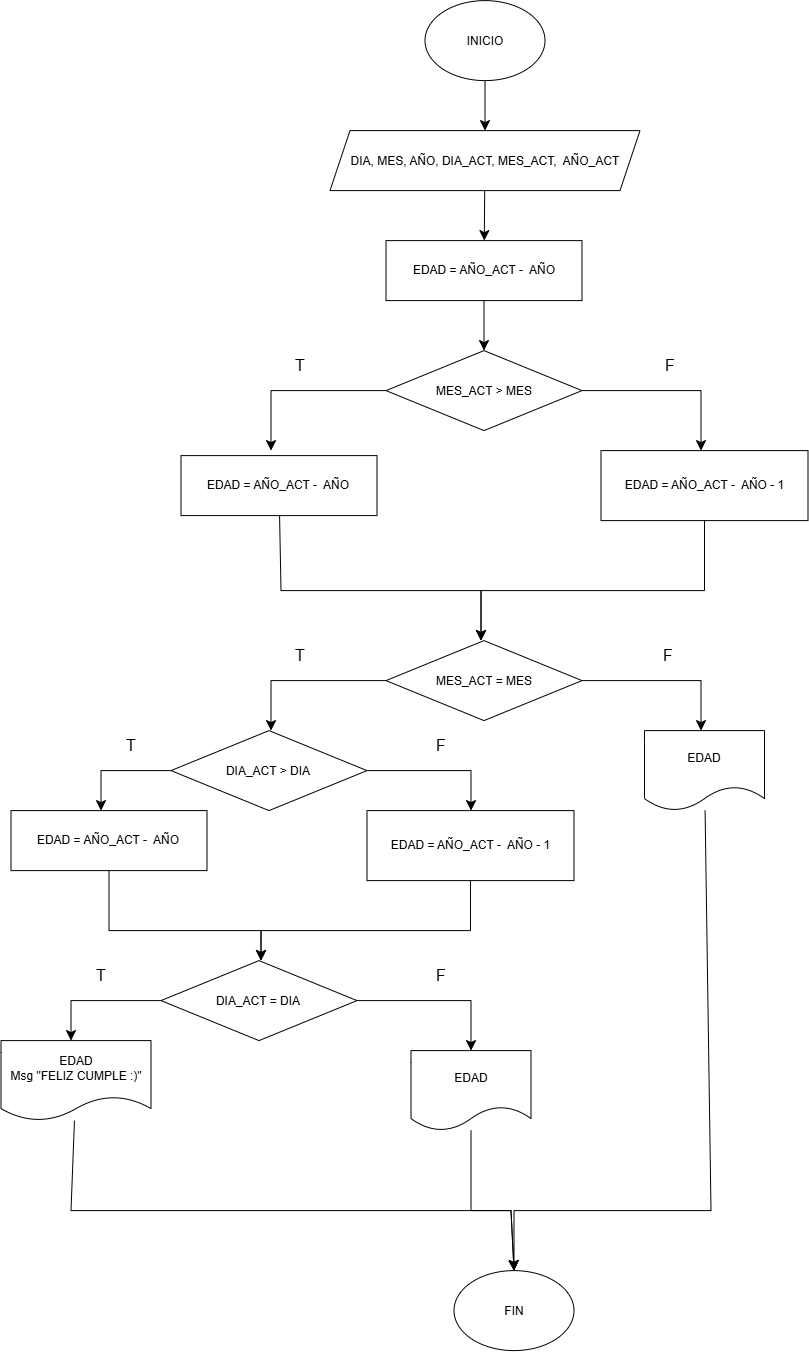
Earlier version of the draw.io export IMAGENES_1/Ejemplo_1.png (davidcrz0015-afk/REPOSITORIO_PROGRAMACION). Source tidied: cells renumbered, new cells last; positions are measured from the earlier drawing's top-left corner, leaving out a move shared by most shapes.
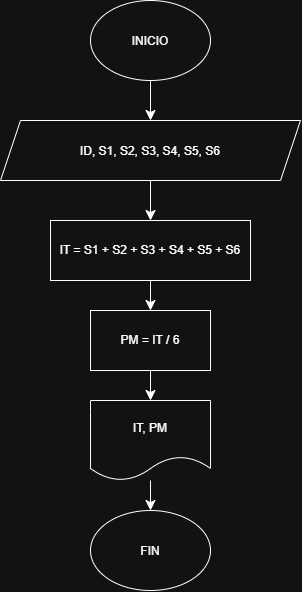
The same file after the commit.

Commit message:
EJEMPLOS Y NOTAS

Diff of the diagram source:
```diff
@@ -2,213 +2,38 @@
   <root>
     <mxCell id="0" />
     <mxCell id="1" parent="0" />
-    <mxCell id="2" style="edgeStyle=none;curved=1;rounded=0;jettySize=auto;html=1;fontSize=12;startSize=8;endSize=8;" parent="1" edge="1" source="3" target="5">
-      <mxGeometry relative="1" as="geometry" />
-    </mxCell>
+    <mxCell id="44" style="edgeStyle=none;curved=1;rounded=0;jettySize=auto;html=1;fontSize=12;startSize=8;endSize=8;" parent="1" edge="1" source="3" target="46">
+      <mxGeometry relative="1" as="geometry" />
+    </mxCell>
     <mxCell id="3" value="INICIO" style="ellipse;whiteSpace=wrap;html=1;shapeInside=1;" parent="1" vertex="1">
-      <mxGeometry x="424" width="120" height="80" as="geometry" />
+      <mxGeometry x="390" y="10" width="120" height="80" as="geometry" />
     </mxCell>
-    <mxCell id="4" style="edgeStyle=none;curved=1;rounded=0;jettySize=auto;html=1;fontSize=12;startSize=8;endSize=8;" parent="1" edge="1" source="5" target="7">
-      <mxGeometry relative="1" as="geometry" />
-    </mxCell>
-    <mxCell id="5" value="DIA, MES, AÑO, DIA_ACT, MES_ACT,&amp;nbsp; AÑO_ACT" style="shape=parallelogram;perimeter=parallelogramPerimeter;whiteSpace=wrap;html=1;shapeInside=1;fixedSize=1;" parent="1" vertex="1">
-      <mxGeometry x="329" y="130" width="310" height="60" as="geometry" />
-    </mxCell>
-    <mxCell id="6" style="edgeStyle=none;curved=1;rounded=0;jettySize=auto;html=1;fontSize=12;startSize=8;endSize=8;" parent="1" edge="1" source="7" target="12">
-      <mxGeometry relative="1" as="geometry" />
-    </mxCell>
-    <mxCell id="7" value="EDAD = AÑO_ACT -&amp;nbsp; AÑO" style="whiteSpace=wrap;html=1;" parent="1" vertex="1">
-      <mxGeometry x="385" y="240" width="196" height="60" as="geometry" />
-    </mxCell>
-    <mxCell id="8" style="edgeStyle=orthogonalEdgeStyle;curved=1;rounded=0;orthogonalLoop=1;jettySize=auto;html=1;innerLoopWaypoints=1;exitX=0.5;exitY=1;exitDx=0;exitDy=0;fontSize=12;startSize=8;endSize=8;" parent="1" edge="1">
-      <mxGeometry relative="1" as="geometry">
-        <mxPoint x="483" y="540" as="sourcePoint" />
-        <mxPoint x="483" y="540" as="targetPoint" />
-      </mxGeometry>
-    </mxCell>
+    <mxCell id="45" style="edgeStyle=none;curved=1;rounded=0;jettySize=auto;html=1;fontSize=12;startSize=8;endSize=8;" parent="1" edge="1" source="46" target="48">
+      <mxGeometry relative="1" as="geometry" />
+    </mxCell>
+    <mxCell id="46" value="ID, S1, S2, S3, S4, S5, S6" style="shape=parallelogram;perimeter=parallelogramPerimeter;whiteSpace=wrap;html=1;shapeInside=1;fixedSize=1;" parent="1" vertex="1">
+      <mxGeometry x="300" y="130" width="300" height="60" as="geometry" />
+    </mxCell>
+    <mxCell id="47" style="edgeStyle=none;curved=1;rounded=0;jettySize=auto;html=1;fontSize=12;startSize=8;endSize=8;" parent="1" edge="1" source="48" target="50">
+      <mxGeometry relative="1" as="geometry" />
+    </mxCell>
+    <mxCell id="48" value="IT = S1 + S2 + S3 + S4 + S5 + S6" style="whiteSpace=wrap;html=1;" parent="1" vertex="1">
+      <mxGeometry x="350" y="230" width="200" height="60" as="geometry" />
+    </mxCell>
+    <mxCell id="49" style="edgeStyle=none;curved=1;rounded=0;jettySize=auto;html=1;fontSize=12;startSize=8;endSize=8;" parent="1" edge="1" source="50" target="52">
+      <mxGeometry relative="1" as="geometry" />
+    </mxCell>
+    <mxCell id="50" value="PM = IT / 6" style="whiteSpace=wrap;html=1;" parent="1" vertex="1">
+      <mxGeometry x="390" y="320" width="120" height="60" as="geometry" />
+    </mxCell>
+    <mxCell id="51" style="edgeStyle=none;curved=1;rounded=0;jettySize=auto;html=1;fontSize=12;startSize=8;endSize=8;" parent="1" edge="1" source="52" target="9">
+      <mxGeometry relative="1" as="geometry" />
+    </mxCell>
+    <mxCell id="52" value="IT, PM" style="shape=document;whiteSpace=wrap;html=1;boundedLbl=1;" parent="1" vertex="1">
+      <mxGeometry x="390" y="410" width="120" height="80" as="geometry" />
+    </mxCell>
     <mxCell id="9" value="FIN" style="ellipse;whiteSpace=wrap;html=1;shapeInside=1;" parent="1" vertex="1">
-      <mxGeometry x="453" y="1270" width="120" height="80" as="geometry" />
+      <mxGeometry x="390" y="520" width="120" height="80" as="geometry" />
     </mxCell>
-    <mxCell id="10" style="edgeStyle=none;curved=0;rounded=0;jettySize=auto;html=1;fontSize=12;startSize=8;endSize=8;" parent="1" edge="1" source="12">
-      <mxGeometry relative="1" as="geometry">
-        <mxPoint x="700" y="450" as="targetPoint" />
-        <Array as="points">
-          <mxPoint x="700" y="390" />
-        </Array>
-      </mxGeometry>
-    </mxCell>
-    <mxCell id="11" style="edgeStyle=none;curved=0;rounded=0;jettySize=auto;html=1;fontSize=12;startSize=8;endSize=8;" parent="1" edge="1" source="12">
-      <mxGeometry relative="1" as="geometry">
-        <mxPoint x="270" y="450" as="targetPoint" />
-        <Array as="points">
-          <mxPoint x="270" y="390" />
-        </Array>
-      </mxGeometry>
-    </mxCell>
-    <mxCell id="12" value="MES_ACT &amp;gt; MES" style="rhombus;whiteSpace=wrap;html=1;shapeInside=1;" parent="1" vertex="1">
-      <mxGeometry x="385" y="350" width="196" height="80" as="geometry" />
-    </mxCell>
-    <mxCell id="13" value="F" style="text;html=1;whiteSpace=wrap;strokeColor=none;fillColor=none;align=center;verticalAlign=middle;rounded=0;fontSize=16;" parent="1" vertex="1">
-      <mxGeometry x="639" y="350" width="60" height="30" as="geometry" />
-    </mxCell>
-    <mxCell id="14" value="T" style="text;html=1;whiteSpace=wrap;strokeColor=none;fillColor=none;align=center;verticalAlign=middle;rounded=0;fontSize=16;" parent="1" vertex="1">
-      <mxGeometry x="269" y="350" width="60" height="30" as="geometry" />
-    </mxCell>
-    <mxCell id="15" style="edgeStyle=none;curved=0;rounded=0;jettySize=auto;html=1;fontSize=12;startSize=8;endSize=8;" parent="1" edge="1" source="16">
-      <mxGeometry relative="1" as="geometry">
-        <mxPoint x="480" y="640" as="targetPoint" />
-        <Array as="points">
-          <mxPoint x="703.5" y="590" />
-          <mxPoint x="480" y="590" />
-        </Array>
-      </mxGeometry>
-    </mxCell>
-    <mxCell id="16" value="EDAD = AÑO_ACT -&amp;nbsp; AÑO - 1" style="whiteSpace=wrap;html=1;" parent="1" vertex="1">
-      <mxGeometry x="600" y="450" width="207" height="70" as="geometry" />
-    </mxCell>
-    <mxCell id="17" style="edgeStyle=none;curved=0;rounded=0;jettySize=auto;html=1;fontSize=12;startSize=8;endSize=8;" parent="1" edge="1" source="18">
-      <mxGeometry relative="1" as="geometry">
-        <mxPoint x="480" y="640" as="targetPoint" />
-        <Array as="points">
-          <mxPoint x="280" y="590" />
-          <mxPoint x="480" y="590" />
-        </Array>
-      </mxGeometry>
-    </mxCell>
-    <mxCell id="18" value="EDAD = AÑO_ACT -&amp;nbsp; AÑO" style="whiteSpace=wrap;html=1;" parent="1" vertex="1">
-      <mxGeometry x="180" y="455" width="196" height="60" as="geometry" />
-    </mxCell>
-    <mxCell id="19" style="edgeStyle=none;curved=0;rounded=0;jettySize=auto;html=1;fontSize=12;startSize=8;endSize=8;" parent="1" edge="1" source="21">
-      <mxGeometry relative="1" as="geometry">
-        <mxPoint x="270" y="730" as="targetPoint" />
-        <Array as="points">
-          <mxPoint x="270" y="680" />
-        </Array>
-      </mxGeometry>
-    </mxCell>
-    <mxCell id="20" style="edgeStyle=none;curved=0;rounded=0;jettySize=auto;html=1;fontSize=12;startSize=8;endSize=8;" parent="1" edge="1" source="21">
-      <mxGeometry relative="1" as="geometry">
-        <mxPoint x="700" y="730" as="targetPoint" />
-        <Array as="points">
-          <mxPoint x="700" y="680" />
-        </Array>
-      </mxGeometry>
-    </mxCell>
-    <mxCell id="21" value="MES_ACT = MES" style="rhombus;whiteSpace=wrap;html=1;shapeInside=1;" parent="1" vertex="1">
-      <mxGeometry x="385" y="640" width="196" height="80" as="geometry" />
-    </mxCell>
-    <mxCell id="22" value="T" style="text;html=1;whiteSpace=wrap;strokeColor=none;fillColor=none;align=center;verticalAlign=middle;rounded=0;fontSize=16;" parent="1" vertex="1">
-      <mxGeometry x="269" y="640" width="60" height="30" as="geometry" />
-    </mxCell>
-    <mxCell id="23" value="F" style="text;html=1;whiteSpace=wrap;strokeColor=none;fillColor=none;align=center;verticalAlign=middle;rounded=0;fontSize=16;" parent="1" vertex="1">
-      <mxGeometry x="637" y="640" width="60" height="30" as="geometry" />
-    </mxCell>
-    <mxCell id="24" style="edgeStyle=none;curved=0;rounded=0;jettySize=auto;html=1;fontSize=12;startSize=8;endSize=8;" parent="1" edge="1" source="26">
-      <mxGeometry relative="1" as="geometry">
-        <mxPoint x="100" y="810" as="targetPoint" />
-        <Array as="points">
-          <mxPoint x="100" y="770" />
-        </Array>
-      </mxGeometry>
-    </mxCell>
-    <mxCell id="25" style="edgeStyle=none;curved=0;rounded=0;jettySize=auto;html=1;fontSize=12;startSize=8;endSize=8;" parent="1" edge="1" source="26">
-      <mxGeometry relative="1" as="geometry">
-        <mxPoint x="470" y="810" as="targetPoint" />
-        <Array as="points">
-          <mxPoint x="470" y="770" />
-        </Array>
-      </mxGeometry>
-    </mxCell>
-    <mxCell id="26" value="DIA_ACT &amp;gt; DIA" style="rhombus;whiteSpace=wrap;html=1;shapeInside=1;" parent="1" vertex="1">
-      <mxGeometry x="170" y="730" width="196" height="80" as="geometry" />
-    </mxCell>
-    <mxCell id="27" value="T" style="text;html=1;whiteSpace=wrap;strokeColor=none;fillColor=none;align=center;verticalAlign=middle;rounded=0;fontSize=16;" parent="1" vertex="1">
-      <mxGeometry x="100" y="730" width="60" height="30" as="geometry" />
-    </mxCell>
-    <mxCell id="28" style="edgeStyle=none;curved=0;rounded=0;jettySize=auto;html=1;fontSize=12;startSize=8;endSize=8;" parent="1" edge="1" source="29">
-      <mxGeometry relative="1" as="geometry">
-        <mxPoint x="260" y="960" as="targetPoint" />
-        <Array as="points">
-          <mxPoint x="108" y="930" />
-          <mxPoint x="260" y="930" />
-        </Array>
-      </mxGeometry>
-    </mxCell>
-    <mxCell id="29" value="EDAD = AÑO_ACT -&amp;nbsp; AÑO" style="whiteSpace=wrap;html=1;" parent="1" vertex="1">
-      <mxGeometry x="10" y="810" width="196" height="60" as="geometry" />
-    </mxCell>
-    <mxCell id="30" style="edgeStyle=none;curved=0;rounded=0;jettySize=auto;html=1;fontSize=12;startSize=8;endSize=8;" parent="1" edge="1" source="31">
-      <mxGeometry relative="1" as="geometry">
-        <mxPoint x="260" y="960" as="targetPoint" />
-        <Array as="points">
-          <mxPoint x="469.5" y="930" />
-          <mxPoint x="260" y="930" />
-        </Array>
-      </mxGeometry>
-    </mxCell>
-    <mxCell id="31" value="EDAD = AÑO_ACT -&amp;nbsp; AÑO - 1" style="whiteSpace=wrap;html=1;" parent="1" vertex="1">
-      <mxGeometry x="366" y="810" width="207" height="70" as="geometry" />
-    </mxCell>
-    <mxCell id="32" style="edgeStyle=none;curved=0;rounded=0;jettySize=auto;html=1;entryX=0.5;entryY=0;entryDx=0;entryDy=0;fontSize=12;startSize=8;endSize=8;" parent="1" edge="1" source="33" target="9">
-      <mxGeometry relative="1" as="geometry">
-        <Array as="points">
-          <mxPoint x="710" y="1210" />
-          <mxPoint x="513" y="1210" />
-        </Array>
-      </mxGeometry>
-    </mxCell>
-    <mxCell id="33" value="EDAD" style="shape=document;whiteSpace=wrap;html=1;boundedLbl=1;" parent="1" vertex="1">
-      <mxGeometry x="643.5" y="730" width="120" height="80" as="geometry" />
-    </mxCell>
-    <mxCell id="34" value="F" style="text;html=1;whiteSpace=wrap;strokeColor=none;fillColor=none;align=center;verticalAlign=middle;rounded=0;fontSize=16;" parent="1" vertex="1">
-      <mxGeometry x="410" y="730" width="60" height="30" as="geometry" />
-    </mxCell>
-    <mxCell id="35" style="edgeStyle=none;curved=0;rounded=0;jettySize=auto;html=1;fontSize=12;startSize=8;endSize=8;" parent="1" edge="1" source="37">
-      <mxGeometry relative="1" as="geometry">
-        <mxPoint x="470" y="1050" as="targetPoint" />
-        <Array as="points">
-          <mxPoint x="470" y="1000" />
-        </Array>
-      </mxGeometry>
-    </mxCell>
-    <mxCell id="36" style="edgeStyle=none;curved=0;rounded=0;jettySize=auto;html=1;fontSize=12;startSize=8;endSize=8;" parent="1" edge="1" source="37">
-      <mxGeometry relative="1" as="geometry">
-        <mxPoint x="70" y="1040" as="targetPoint" />
-        <Array as="points">
-          <mxPoint x="70" y="1000" />
-        </Array>
-      </mxGeometry>
-    </mxCell>
-    <mxCell id="37" value="DIA_ACT = DIA" style="rhombus;whiteSpace=wrap;html=1;shapeInside=1;" parent="1" vertex="1">
-      <mxGeometry x="160" y="960" width="196" height="80" as="geometry" />
-    </mxCell>
-    <mxCell id="38" value="T" style="text;html=1;whiteSpace=wrap;strokeColor=none;fillColor=none;align=center;verticalAlign=middle;rounded=0;fontSize=16;" parent="1" vertex="1">
-      <mxGeometry x="70" y="960" width="60" height="30" as="geometry" />
-    </mxCell>
-    <mxCell id="39" value="F" style="text;html=1;whiteSpace=wrap;strokeColor=none;fillColor=none;align=center;verticalAlign=middle;rounded=0;fontSize=16;" parent="1" vertex="1">
-      <mxGeometry x="410" y="960" width="60" height="30" as="geometry" />
-    </mxCell>
-    <mxCell id="40" style="edgeStyle=none;curved=0;rounded=0;jettySize=auto;html=1;entryX=0.5;entryY=0;entryDx=0;entryDy=0;fontSize=12;startSize=8;endSize=8;" parent="1" edge="1" source="41" target="9">
-      <mxGeometry relative="1" as="geometry">
-        <Array as="points">
-          <mxPoint x="470" y="1210" />
-          <mxPoint x="510" y="1210" />
-        </Array>
-      </mxGeometry>
-    </mxCell>
-    <mxCell id="41" value="EDAD" style="shape=document;whiteSpace=wrap;html=1;boundedLbl=1;" parent="1" vertex="1">
-      <mxGeometry x="410" y="1050" width="120" height="80" as="geometry" />
-    </mxCell>
-    <mxCell id="42" style="edgeStyle=none;curved=0;rounded=0;jettySize=auto;html=1;entryX=0.5;entryY=0;entryDx=0;entryDy=0;fontSize=12;startSize=8;endSize=8;" parent="1" edge="1" source="43" target="9">
-      <mxGeometry relative="1" as="geometry">
-        <Array as="points">
-          <mxPoint x="70" y="1210" />
-          <mxPoint x="510" y="1210" />
-        </Array>
-      </mxGeometry>
-    </mxCell>
-    <mxCell id="43" value="EDAD&lt;div&gt;Msg &quot;FELIZ CUMPLE :)&quot;&lt;/div&gt;" style="shape=document;whiteSpace=wrap;html=1;boundedLbl=1;" parent="1" vertex="1">
-      <mxGeometry y="1040" width="150" height="80" as="geometry" />
-    </mxCell>
   </root>
 </mxGraphModel>
```
